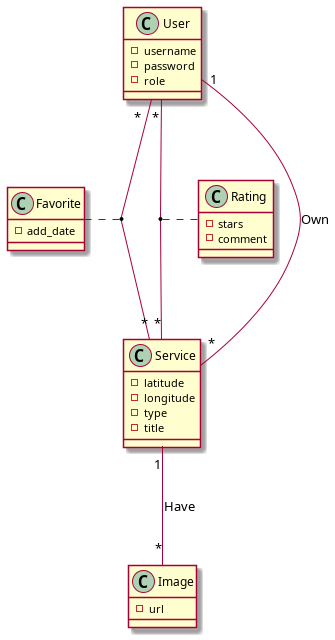
Earlier version of the PlantUML export rapport/uml/images/class/class_diag.png (techguyseli/touristy).
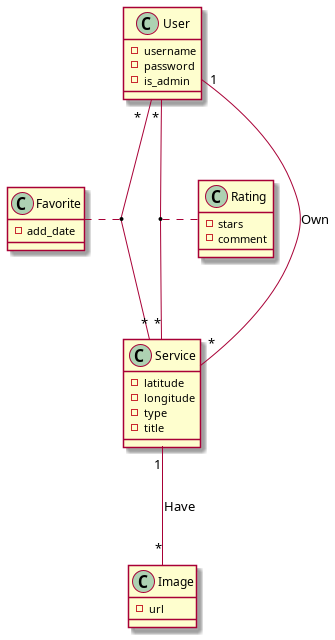
Later version of the same file.

Commit message:
fixed class diagram2

The edit, as a diff of the source:
```diff
@@ -3,7 +3,7 @@
 class User
 User : -username
 User : -password
-User : -role
+User : -is_admin
 User "*" -- "*" Service
 (User, Service) . Favorite
 User "*" -- "*" Service
```
